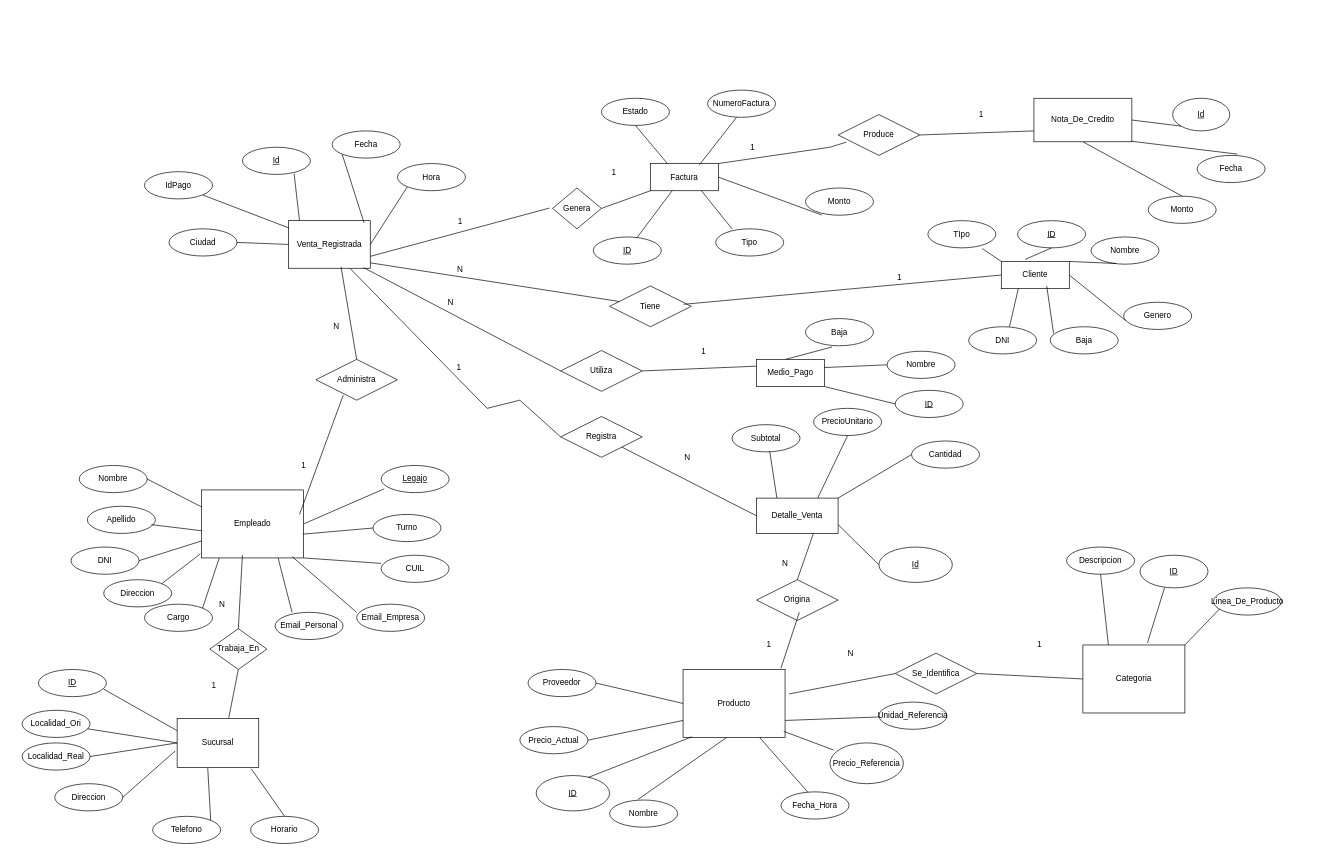
Earlier version of the draw.io diagram DERFINAL.drawio (MirkoAhad/Aurora-DB). Source tidied: cells renumbered, new cells numbered last; positions are measured from the earlier drawing's top-left corner, leaving out a move shared by most shapes. Both pictures are drawn from the tidied source at 68%, with x=0, y=0 at pixel (22, 16).
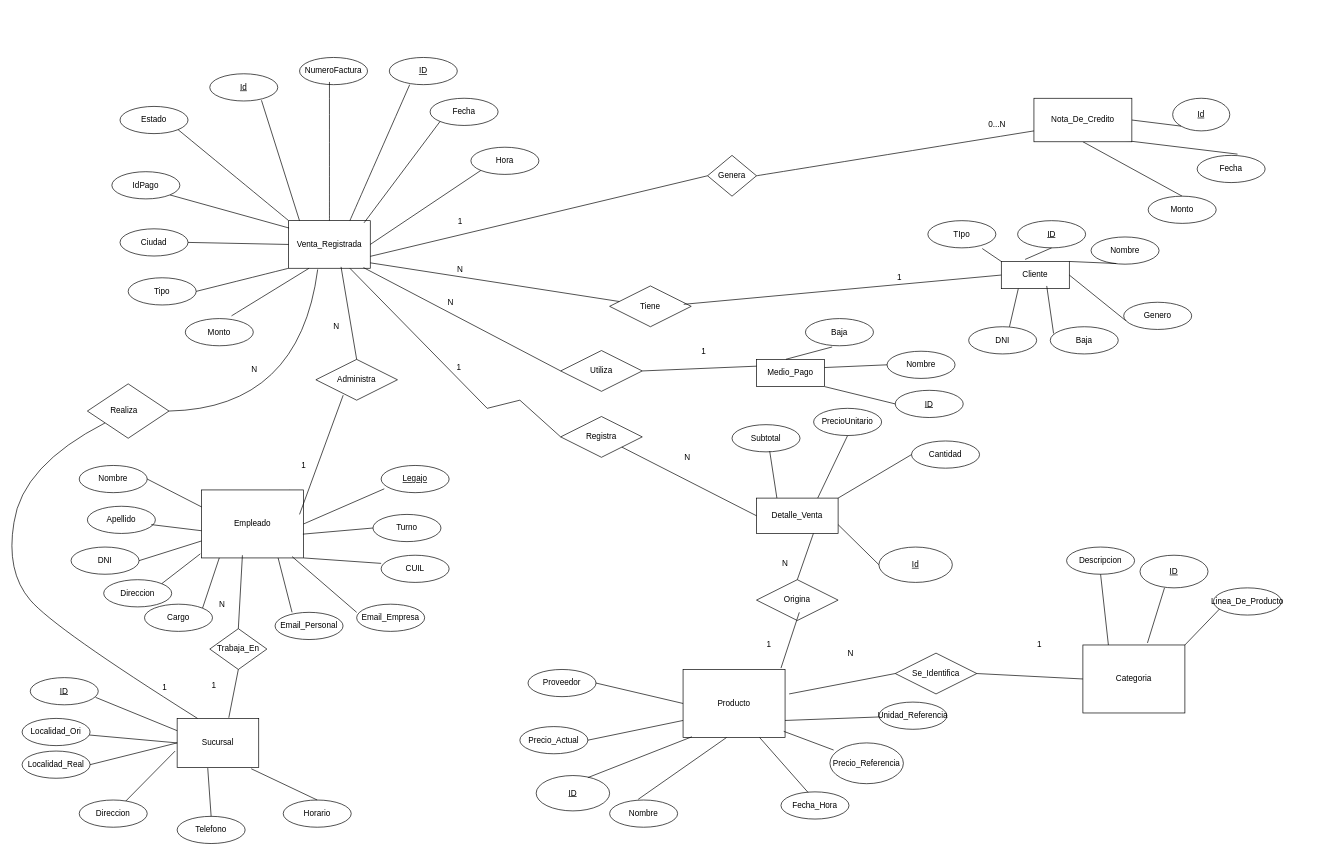
After the change.

Commit message:
Modificacion  del DER

Unchanged cells that the change refers to:
```xml
<mxCell id="2" value="Venta_Registrada" style="whiteSpace=wrap;html=1;align=center;perimeterSpacing=0;strokeWidth=1;" parent="1" vertex="1">
  <mxGeometry x="392" y="300" width="120" height="70" as="geometry" />
</mxCell>
<mxCell id="63" value="Sucursal" style="whiteSpace=wrap;html=1;align=center;" parent="1" vertex="1">
  <mxGeometry x="228" y="1032" width="120" height="72" as="geometry" />
</mxCell>
<mxCell id="153" value="Nota_De_Credito" style="whiteSpace=wrap;html=1;align=center;" parent="1" vertex="1">
  <mxGeometry x="1488" y="120" width="144" height="64" as="geometry" />
</mxCell>
```

Diff of the diagram source:
```diff
@@
     <mxCell id="3" value="Ciudad" style="ellipse;whiteSpace=wrap;html=1;align=center;" parent="1" vertex="1">
-      <mxGeometry x="216" y="312" width="100" height="40" as="geometry" />
+      <mxGeometry x="144" y="312" width="100" height="40" as="geometry" />
     </mxCell>
@@
     <mxCell id="5" value="Id" style="ellipse;whiteSpace=wrap;html=1;align=center;fontStyle=4;" parent="1" vertex="1">
-      <mxGeometry x="324" y="192" width="100" height="40" as="geometry" />
+      <mxGeometry x="276" y="84" width="100" height="40" as="geometry" />
     </mxCell>
@@
     <mxCell id="8" value="Fecha" style="ellipse;whiteSpace=wrap;html=1;align=center;" parent="1" vertex="1">
-      <mxGeometry x="456" y="168" width="100" height="40" as="geometry" />
+      <mxGeometry x="600" y="120" width="100" height="40" as="geometry" />
     </mxCell>
     <mxCell id="9" value="Hora" style="ellipse;whiteSpace=wrap;html=1;align=center;" parent="1" vertex="1">
-      <mxGeometry x="552" y="216" width="100" height="40" as="geometry" />
+      <mxGeometry x="660" y="192" width="100" height="40" as="geometry" />
     </mxCell>
@@
     <mxCell id="64" value="ID" style="ellipse;whiteSpace=wrap;html=1;align=center;fontStyle=4;" parent="1" vertex="1">
-      <mxGeometry x="24" y="960" width="100" height="40" as="geometry" />
+      <mxGeometry x="12" y="972" width="100" height="40" as="geometry" />
     </mxCell>
     <mxCell id="65" value="Localidad_Ori" style="ellipse;whiteSpace=wrap;html=1;align=center;" parent="1" vertex="1">
-      <mxGeometry y="1020" width="100" height="40" as="geometry" />
+      <mxGeometry y="1032" width="100" height="40" as="geometry" />
     </mxCell>
     <mxCell id="66" value="Direccion" style="ellipse;whiteSpace=wrap;html=1;align=center;" parent="1" vertex="1">
-      <mxGeometry x="48" y="1128" width="100" height="40" as="geometry" />
+      <mxGeometry x="84" y="1152" width="100" height="40" as="geometry" />
     </mxCell>
     <mxCell id="67" value="Horario" style="ellipse;whiteSpace=wrap;html=1;align=center;" parent="1" vertex="1">
-      <mxGeometry x="336" y="1176" width="100" height="40" as="geometry" />
+      <mxGeometry x="384" y="1152" width="100" height="40" as="geometry" />
     </mxCell>
     <mxCell id="68" value="Telefono" style="ellipse;whiteSpace=wrap;html=1;align=center;" parent="1" vertex="1">
-      <mxGeometry x="192" y="1176" width="100" height="40" as="geometry" />
+      <mxGeometry x="228" y="1176" width="100" height="40" as="geometry" />
     </mxCell>
@@
-    <mxCell id="71" style="endArrow=none;html=1;rounded=0;entryX=-0.025;entryY=0.667;entryDx=0;entryDy=0;entryPerimeter=0;exitX=1;exitY=0.5;exitDx=0;exitDy=0;" parent="1" edge="1" source="66" target="63">
+    <mxCell id="71" style="endArrow=none;html=1;rounded=0;entryX=-0.025;entryY=0.667;entryDx=0;entryDy=0;entryPerimeter=0;" parent="1" edge="1" source="66" target="63">
       <mxGeometry relative="1" as="geometry" />
     </mxCell>
-    <mxCell id="72" style="endArrow=none;html=1;rounded=0;exitX=1;exitY=0;exitDx=0;exitDy=0;entryX=0.375;entryY=1.014;entryDx=0;entryDy=0;entryPerimeter=0;" parent="1" edge="1" source="68" target="63">
+    <mxCell id="72" style="endArrow=none;html=1;rounded=0;entryX=0.375;entryY=1.014;entryDx=0;entryDy=0;entryPerimeter=0;exitX=0.5;exitY=0;exitDx=0;exitDy=0;" parent="1" edge="1" source="68" target="63">
       <mxGeometry relative="1" as="geometry" />
     </mxCell>
@@
-    <mxCell id="76" value="Factura" style="whiteSpace=wrap;html=1;align=center;" parent="1" vertex="1">
-      <mxGeometry x="924" y="216" width="100" height="40" as="geometry" />
-    </mxCell>
     <mxCell id="77" value="Genera" style="shape=rhombus;perimeter=rhombusPerimeter;whiteSpace=wrap;html=1;align=center;" parent="1" vertex="1">
-      <mxGeometry x="780" y="252" width="72" height="60" as="geometry" />
+      <mxGeometry x="1008" y="204" width="72" height="60" as="geometry" />
     </mxCell>
-    <mxCell id="78" style="endArrow=none;html=1;rounded=0;entryX=0;entryY=1;entryDx=0;entryDy=0;exitX=1;exitY=0.5;exitDx=0;exitDy=0;" parent="1" edge="1" source="77" target="76">
-      <mxGeometry relative="1" as="geometry" />
-    </mxCell>
-    <mxCell id="79" style="endArrow=none;html=1;rounded=0;entryX=-0.065;entryY=0.492;entryDx=0;entryDy=0;entryPerimeter=0;exitX=1;exitY=0.75;exitDx=0;exitDy=0;" parent="1" edge="1" source="2" target="77">
+    <mxCell id="79" style="endArrow=none;html=1;rounded=0;entryX=0;entryY=0.5;entryDx=0;entryDy=0;exitX=1;exitY=0.75;exitDx=0;exitDy=0;" parent="1" edge="1" source="2" target="77">
       <mxGeometry relative="1" as="geometry" />
     </mxCell>
@@
-    <mxCell id="82" value="1" style="text;html=1;align=center;verticalAlign=middle;strokeColor=none;fillColor=none;" parent="1" vertex="1">
-      <mxGeometry x="852" y="217" width="36" height="24" as="geometry" />
-    </mxCell>
@@
     <mxCell id="84" value="Tipo" style="ellipse;whiteSpace=wrap;html=1;align=center;" parent="1" vertex="1">
-      <mxGeometry x="1020" y="312" width="100" height="40" as="geometry" />
+      <mxGeometry x="156" y="384" width="100" height="40" as="geometry" />
     </mxCell>
-    <mxCell id="85" style="endArrow=none;html=1;rounded=0;entryX=0.322;entryY=0.992;entryDx=0;entryDy=0;entryPerimeter=0;" parent="1" edge="1" source="89" target="76">
-      <mxGeometry relative="1" as="geometry" />
-    </mxCell>
-    <mxCell id="86" style="endArrow=none;html=1;rounded=0;exitX=0.24;exitY=0;exitDx=0;exitDy=0;exitPerimeter=0;entryX=0.75;entryY=1;entryDx=0;entryDy=0;" parent="1" edge="1" source="84" target="76">
-      <mxGeometry relative="1" as="geometry" />
-    </mxCell>
     <mxCell id="87" value="Monto" style="ellipse;whiteSpace=wrap;html=1;align=center;" parent="1" vertex="1">
-      <mxGeometry x="1152" y="252" width="100" height="40" as="geometry" />
+      <mxGeometry x="240" y="444" width="100" height="40" as="geometry" />
     </mxCell>
-    <mxCell id="88" style="endArrow=none;html=1;rounded=0;entryX=0.24;entryY=0.992;entryDx=0;entryDy=0;entryPerimeter=0;exitX=1;exitY=0.5;exitDx=0;exitDy=0;" parent="1" edge="1" source="76" target="87">
-      <mxGeometry relative="1" as="geometry" />
-    </mxCell>
-    <mxCell id="89" value="ID" style="ellipse;whiteSpace=wrap;html=1;align=center;fontStyle=4;" parent="1" vertex="1">
-      <mxGeometry x="840" y="324" width="100" height="40" as="geometry" />
-    </mxCell>
@@
-    <mxCell id="136" value="1" style="text;html=1;align=center;verticalAlign=middle;strokeColor=none;fillColor=none;" parent="1" vertex="1">
-      <mxGeometry x="1056" y="180" width="36" height="24" as="geometry" />
-    </mxCell>
@@
-    <mxCell id="140" style="endArrow=none;html=1;rounded=0;exitX=1;exitY=0;exitDx=0;exitDy=0;entryX=0.1;entryY=0.676;entryDx=0;entryDy=0;entryPerimeter=0;" parent="1" edge="1" source="76" target="151">
-      <mxGeometry relative="1" as="geometry">
-        <Array as="points">
-          <mxPoint x="1188" y="192" />
-        </Array>
-      </mxGeometry>
-    </mxCell>
@@
     <mxCell id="145" value="Estado" style="ellipse;whiteSpace=wrap;html=1;align=center;" parent="1" vertex="1">
-      <mxGeometry x="852" y="120" width="100" height="40" as="geometry" />
+      <mxGeometry x="144" y="132" width="100" height="40" as="geometry" />
     </mxCell>
-    <mxCell id="146" style="endArrow=none;html=1;rounded=0;entryX=0.5;entryY=1;entryDx=0;entryDy=0;exitX=0.25;exitY=0;exitDx=0;exitDy=0;" parent="1" edge="1" source="76" target="145">
-      <mxGeometry relative="1" as="geometry" />
-    </mxCell>
@@
-    <mxCell id="150" value="1" style="text;html=1;align=center;verticalAlign=middle;strokeColor=none;fillColor=none;" parent="1" vertex="1">
-      <mxGeometry x="1392" y="132" width="36" height="24" as="geometry" />
-    </mxCell>
-    <mxCell id="151" value="Produce" style="shape=rhombus;perimeter=rhombusPerimeter;whiteSpace=wrap;html=1;align=center;" parent="1" vertex="1">
-      <mxGeometry x="1200" y="144" width="120" height="60" as="geometry" />
-    </mxCell>
-    <mxCell id="152" style="endArrow=none;html=1;rounded=0;exitX=1;exitY=0.5;exitDx=0;exitDy=0;entryX=0;entryY=0.75;entryDx=0;entryDy=0;" parent="1" edge="1" source="151" target="153">
-      <mxGeometry relative="1" as="geometry" />
-    </mxCell>
@@
-    <mxCell id="156" style="endArrow=none;html=1;rounded=0;entryX=0.426;entryY=1.001;entryDx=0;entryDy=0;entryPerimeter=0;" parent="1" edge="1" target="157">
-      <mxGeometry relative="1" as="geometry">
-        <mxPoint x="996" y="218" as="sourcePoint" />
-      </mxGeometry>
-    </mxCell>
     <mxCell id="157" value="NumeroFactura" style="ellipse;whiteSpace=wrap;html=1;align=center;" parent="1" vertex="1">
-      <mxGeometry x="1008" y="108" width="100" height="40" as="geometry" />
+      <mxGeometry x="408" y="60" width="100" height="40" as="geometry" />
     </mxCell>
@@
     <mxCell id="159" value="Localidad_Real" style="ellipse;whiteSpace=wrap;html=1;align=center;" parent="1" vertex="1">
-      <mxGeometry y="1068" width="100" height="40" as="geometry" />
+      <mxGeometry y="1080" width="100" height="40" as="geometry" />
     </mxCell>
@@
     <mxCell id="163" value="IdPago" style="ellipse;whiteSpace=wrap;html=1;align=center;" parent="1" vertex="1">
-      <mxGeometry x="180" y="228" width="100" height="40" as="geometry" />
+      <mxGeometry x="132" y="228" width="100" height="40" as="geometry" />
     </mxCell>
+    <mxCell id="89" value="ID" style="ellipse;whiteSpace=wrap;html=1;align=center;fontStyle=4;" parent="1" vertex="1">
+      <mxGeometry x="540" y="60" width="100" height="40" as="geometry" />
+    </mxCell>
+    <mxCell id="164" style="endArrow=none;html=1;rounded=0;fontSize=12;startSize=8;endSize=8;curved=1;exitX=1;exitY=0.5;exitDx=0;exitDy=0;entryX=0;entryY=0.75;entryDx=0;entryDy=0;" parent="1" edge="1" source="77" target="153">
+      <mxGeometry relative="1" as="geometry" />
+    </mxCell>
+    <mxCell id="165" style="endArrow=none;html=1;rounded=0;fontSize=12;startSize=8;endSize=8;curved=1;entryX=1;entryY=1;entryDx=0;entryDy=0;exitX=0;exitY=0;exitDx=0;exitDy=0;" parent="1" edge="1" source="2" target="145">
+      <mxGeometry relative="1" as="geometry" />
+    </mxCell>
+    <mxCell id="166" style="endArrow=none;html=1;rounded=0;fontSize=12;startSize=8;endSize=8;curved=1;exitX=0.5;exitY=0;exitDx=0;exitDy=0;" parent="1" edge="1" source="2">
+      <mxGeometry relative="1" as="geometry">
+        <mxPoint x="452" y="96" as="targetPoint" />
+      </mxGeometry>
+    </mxCell>
+    <mxCell id="167" style="endArrow=none;html=1;rounded=0;fontSize=12;startSize=8;endSize=8;curved=1;entryX=0.3;entryY=1;entryDx=0;entryDy=0;exitX=0.75;exitY=0;exitDx=0;exitDy=0;entryPerimeter=0;" parent="1" edge="1" source="2" target="89">
+      <mxGeometry relative="1" as="geometry" />
+    </mxCell>
+    <mxCell id="168" style="endArrow=none;html=1;rounded=0;fontSize=12;startSize=8;endSize=8;curved=1;entryX=1;entryY=0.5;entryDx=0;entryDy=0;exitX=0;exitY=1;exitDx=0;exitDy=0;" parent="1" edge="1" source="2" target="84">
+      <mxGeometry relative="1" as="geometry" />
+    </mxCell>
+    <mxCell id="169" style="endArrow=none;html=1;rounded=0;fontSize=12;startSize=8;endSize=8;curved=1;exitX=0.68;exitY=-0.1;exitDx=0;exitDy=0;exitPerimeter=0;entryX=0.25;entryY=1;entryDx=0;entryDy=0;" parent="1" edge="1" source="87" target="2">
+      <mxGeometry relative="1" as="geometry" />
+    </mxCell>
+    <mxCell id="170" value="0...N" style="text;html=1;align=center;verticalAlign=middle;whiteSpace=wrap;rounded=0;" parent="1" vertex="1">
+      <mxGeometry x="1404" y="144" width="60" height="30" as="geometry" />
+    </mxCell>
+    <mxCell id="171" style="endArrow=none;html=1;rounded=0;fontSize=12;startSize=8;endSize=8;curved=1;" parent="1" edge="1" target="172">
+      <mxGeometry relative="1" as="geometry">
+        <mxPoint x="-12" y="744" as="sourcePoint" />
+        <Array as="points">
+          <mxPoint y="660" />
+        </Array>
+      </mxGeometry>
+    </mxCell>
+    <mxCell id="172" style="rhombus;whiteSpace=wrap;html=1;" parent="1" vertex="1">
+      <mxGeometry x="96" y="540" width="120" height="80" as="geometry" />
+    </mxCell>
+    <mxCell id="173" style="endArrow=none;html=1;rounded=0;fontSize=12;startSize=8;endSize=8;curved=1;exitX=0.25;exitY=0;exitDx=0;exitDy=0;" parent="1" edge="1" source="63">
+      <mxGeometry relative="1" as="geometry">
+        <mxPoint x="-12" y="744" as="targetPoint" />
+        <Array as="points">
+          <mxPoint x="48" y="900" />
+          <mxPoint x="-24" y="816" />
+        </Array>
+      </mxGeometry>
+    </mxCell>
+    <mxCell id="174" style="endArrow=none;html=1;rounded=0;fontSize=12;startSize=8;endSize=8;curved=1;entryX=0.356;entryY=1.024;entryDx=0;entryDy=0;entryPerimeter=0;exitX=1;exitY=0.5;exitDx=0;exitDy=0;" parent="1" edge="1" source="172" target="2">
+      <mxGeometry relative="1" as="geometry">
+        <Array as="points">
+          <mxPoint x="408" y="576" />
+        </Array>
+      </mxGeometry>
+    </mxCell>
+    <mxCell id="175" value="Realiza" style="text;html=1;align=center;verticalAlign=middle;whiteSpace=wrap;rounded=0;" parent="1" vertex="1">
+      <mxGeometry x="120" y="564" width="60" height="30" as="geometry" />
+    </mxCell>
+    <mxCell id="176" value="1" style="text;html=1;align=center;verticalAlign=middle;whiteSpace=wrap;rounded=0;" parent="1" vertex="1">
+      <mxGeometry x="180" y="972" width="60" height="30" as="geometry" />
+    </mxCell>
+    <mxCell id="177" value="N" style="text;html=1;align=center;verticalAlign=middle;whiteSpace=wrap;rounded=0;" parent="1" vertex="1">
+      <mxGeometry x="312" y="504" width="60" height="30" as="geometry" />
+    </mxCell>
```
